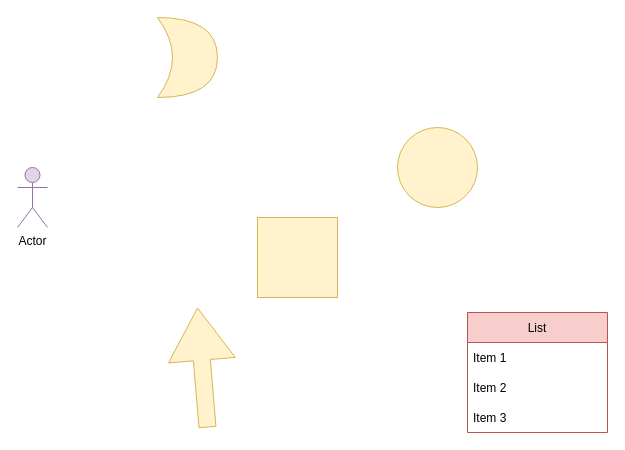
This is test2Win.drawio from youarereef/mmaps, a draw.io file, before an edit. Source tidied: cells renumbered, new cells numbered last; positions are measured from the earlier drawing's top-left corner, leaving out a move shared by most shapes. Both pictures are drawn from the tidied source at 100%, with x=0, y=0 at pixel (17, 17).
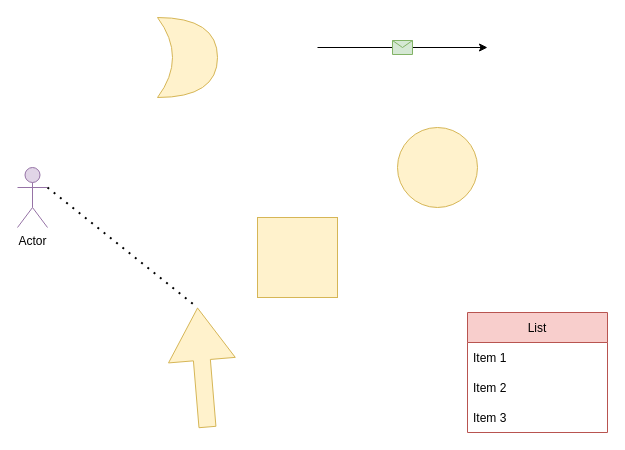
The same page after the edit.

Commit message:
Good evening commit 3

Change to the diagram source:
```diff
@@
 <mxGraphModel>
   <root>
     <mxCell id="0" />
     <mxCell id="1" parent="0" />
     <mxCell id="2" style="whiteSpace=wrap;html=1;fillColor=#fff2cc;strokeColor=#d6b656;" parent="1" vertex="1">
       <mxGeometry x="240" y="200" width="80" height="80" as="geometry" />
     </mxCell>
     <mxCell id="3" style="ellipse;whiteSpace=wrap;html=1;fillColor=#fff2cc;strokeColor=#d6b656;" parent="1" vertex="1">
       <mxGeometry x="380" y="110" width="80" height="80" as="geometry" />
     </mxCell>
     <mxCell id="4" value="Actor" style="shape=umlActor;verticalLabelPosition=bottom;verticalAlign=top;html=1;outlineConnect=0;fillColor=#e1d5e7;strokeColor=#9673a6;" parent="1" vertex="1">
       <mxGeometry y="150" width="30" height="60" as="geometry" />
     </mxCell>
     <mxCell id="5" style="shape=xor;whiteSpace=wrap;html=1;fillColor=#fff2cc;strokeColor=#d6b656;" parent="1" vertex="1">
       <mxGeometry x="140" width="60" height="80" as="geometry" />
     </mxCell>
     <mxCell id="6" style="shape=flexArrow;endArrow=classic;html=1;rounded=0;endWidth=49;endSize=17.11;width=17;fillColor=#fff2cc;strokeColor=#d6b656;" parent="1" edge="1">
       <mxGeometry relative="1" as="geometry">
         <mxPoint x="190" y="410" as="sourcePoint" />
         <mxPoint x="180" y="290" as="targetPoint" />
       </mxGeometry>
     </mxCell>
     <mxCell id="7" value="List" style="swimlane;fontStyle=0;horizontal=1;startSize=30;fillColor=#f8cecc;strokeColor=#b85450;" parent="1" vertex="1">
       <mxGeometry x="450" y="295" width="140" height="120" as="geometry" />
     </mxCell>
     <mxCell id="8" value="Item 1" style="text;strokeColor=none;fillColor=none;align=left;verticalAlign=middle;spacingLeft=4;spacingRight=4;overflow=hidden;" parent="7" vertex="1">
       <mxGeometry y="30" width="140" height="30" as="geometry" />
     </mxCell>
     <mxCell id="9" value="Item 2" style="text;strokeColor=none;fillColor=none;align=left;verticalAlign=middle;spacingLeft=4;spacingRight=4;overflow=hidden;" parent="7" vertex="1">
       <mxGeometry y="60" width="140" height="30" as="geometry" />
     </mxCell>
     <mxCell id="10" value="Item 3" style="text;strokeColor=none;fillColor=none;align=left;verticalAlign=middle;spacingLeft=4;spacingRight=4;overflow=hidden;" parent="7" vertex="1">
       <mxGeometry y="90" width="140" height="30" as="geometry" />
     </mxCell>
+    <mxCell id="11" style="endArrow=classic;html=1;rounded=0;" parent="1" edge="1">
+      <mxGeometry relative="1" as="geometry">
+        <mxPoint x="300" y="30" as="sourcePoint" />
+        <mxPoint x="470" y="30" as="targetPoint" />
+      </mxGeometry>
+    </mxCell>
+    <mxCell id="12" style="shape=message;html=1;fillColor=#d5e8d4;strokeColor=#82b366;" parent="11" vertex="1">
+      <mxGeometry width="20" height="14" relative="1" as="geometry">
+        <mxPoint x="-10" y="-7" as="offset" />
+      </mxGeometry>
+    </mxCell>
+    <mxCell id="13" style="endArrow=none;dashed=1;html=1;dashPattern=1 3;strokeWidth=2;rounded=0;exitX=1;exitY=0.3333333333333333;exitDx=0;exitDy=0;exitPerimeter=0;" parent="1" edge="1" source="4">
+      <mxGeometry relative="1" as="geometry">
+        <mxPoint x="180" y="290" as="targetPoint" />
+      </mxGeometry>
+    </mxCell>
   </root>
 </mxGraphModel>
```
